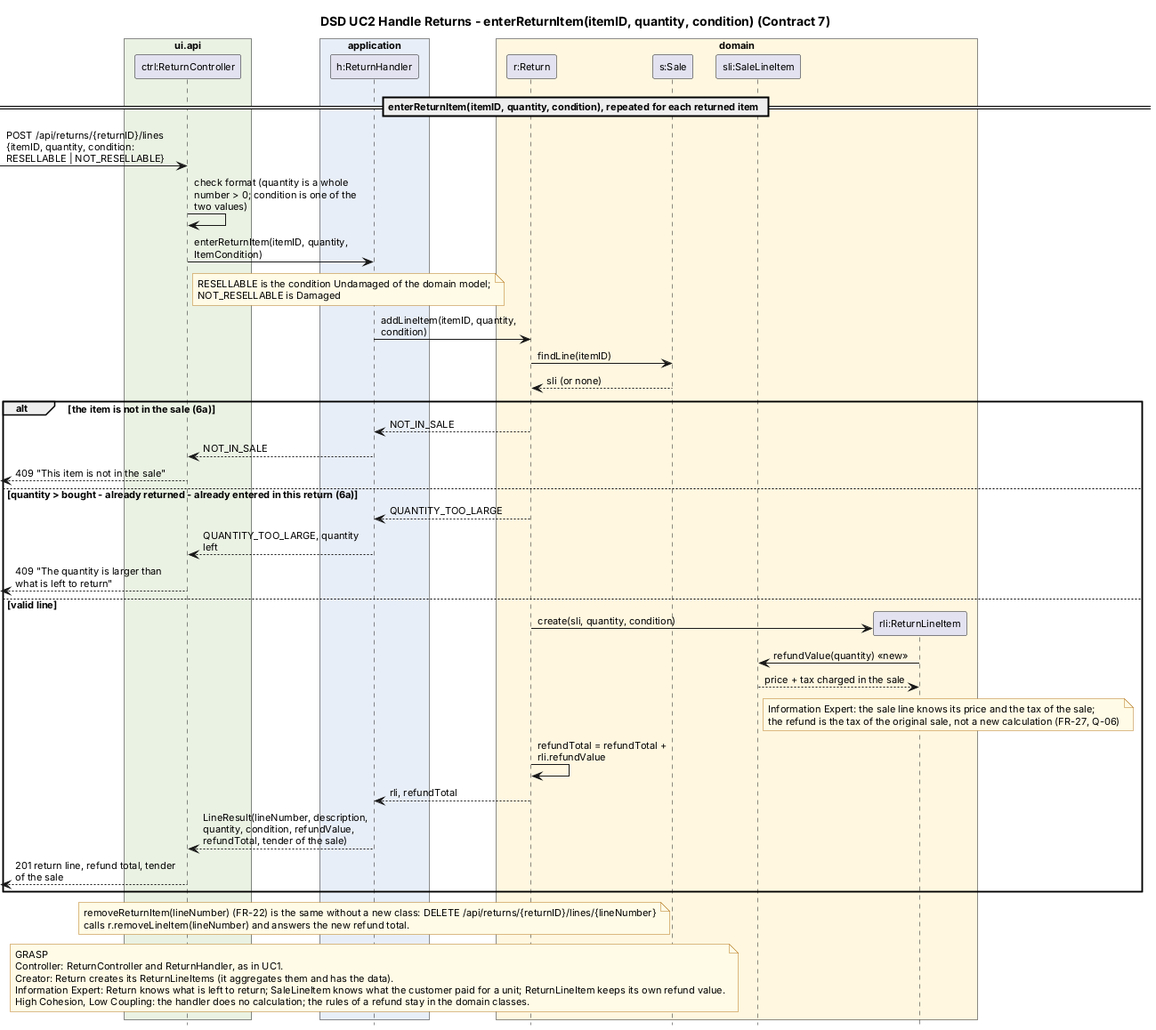
This is assets/dsd_uc2_enterReturnItem.png from bhsei/26D, a PlantUML export, as it was before one commit. Its diagram source:
```plantuml
@startuml dsd_uc2_enterReturnItem
title DSD UC2 Handle Returns - enterReturnItem(itemID, quantity, condition) (Contract 7)
skinparam shadowing false
skinparam defaultFontName Arial
skinparam defaultFontSize 11
skinparam sequenceMessageAlign left
skinparam ParticipantPadding 8
skinparam BoxPadding 6
skinparam NoteBackgroundColor #FFFBE6
skinparam NoteBorderColor #B7791F
skinparam maxMessageSize 190
hide footbox
box "ui.api" #EAF2E3
  participant "ctrl:ReturnController" as C
end box
box "application" #E8EEF7
  participant "h:ReturnHandler" as H
end box
box "domain" #FFF7E0
  participant "r:Return" as R
  participant "s:Sale" as S
  participant "sli:SaleLineItem" as SLI
  participant "rli:ReturnLineItem" as RLI
end box

== enterReturnItem(itemID, quantity, condition), repeated for each returned item ==
[-> C : POST /api/returns/{returnID}/lines {itemID, quantity, condition: RESELLABLE | NOT_RESELLABLE}
C -> C : check format (quantity is a whole number > 0; condition is one of the two values)
C -> H : enterReturnItem(itemID, quantity, ItemCondition)
note right of C : RESELLABLE is the condition Undamaged of the domain model;\nNOT_RESELLABLE is Damaged
H -> R : addLineItem(itemID, quantity, condition)
R -> S : findLine(itemID)
S --> R : sli (or none)
alt the item is not in the sale (6a)
  R --> H : NOT_IN_SALE
  H --> C : NOT_IN_SALE
  C -->[ : 409 "This item is not in the sale"
else quantity > bought - already returned - already entered in this return (6a)
  R --> H : QUANTITY_TOO_LARGE
  H --> C : QUANTITY_TOO_LARGE, quantity left
  C -->[ : 409 "The quantity is larger than what is left to return"
else valid line
  R -> RLI ** : create(sli, quantity, condition)
  RLI -> SLI : refundValue(quantity) <<new>>
  SLI --> RLI : price + tax charged in the sale
  note right of SLI : Information Expert: the sale line knows its price and the tax of the sale;\nthe refund is the tax of the original sale, not a new calculation (FR-27, Q-06)
  R -> R : refundTotal = refundTotal + rli.refundValue
  R --> H : rli, refundTotal
  H --> C : LineResult(lineNumber, description, quantity, condition, refundValue, refundTotal, tender of the sale)
  C -->[ : 201 return line, refund total, tender of the sale
end

note over H
  removeReturnItem(lineNumber) (FR-22) is the same without a new class: DELETE /api/returns/{returnID}/lines/{lineNumber}
  calls r.removeLineItem(lineNumber) and answers the new refund total.
end note
note over H
  GRASP
  Controller: ReturnController and ReturnHandler, as in UC1.
  Creator: Return creates its ReturnLineItems (it aggregates them and has the data).
  Information Expert: Return knows what is left to return; SaleLineItem knows what the customer paid for a unit; ReturnLineItem keeps its own refund value.
  High Cohesion, Low Coupling: the handler does no calculation; the rules of a refund stay in the domain classes.
end note
@enduml
```
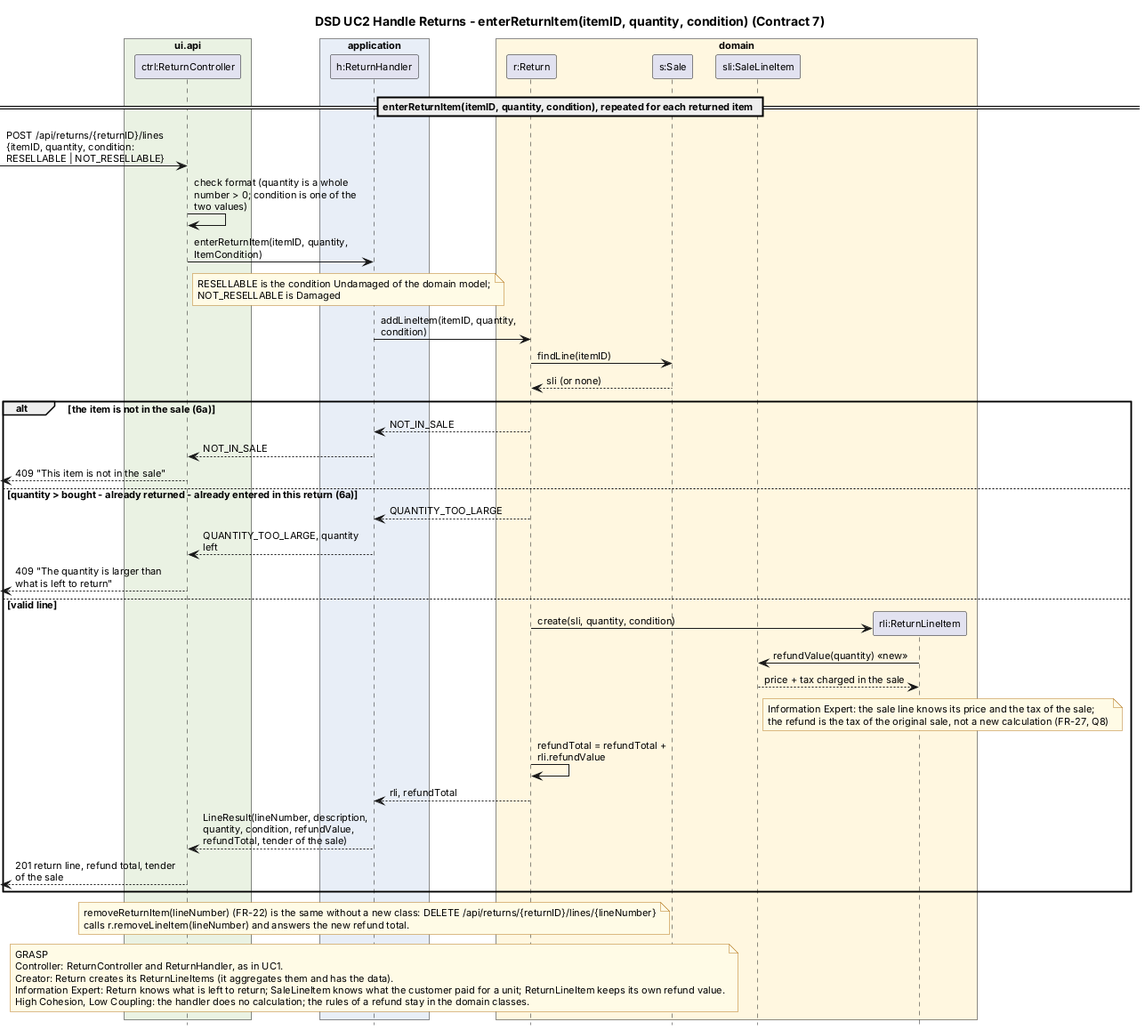
The same diagram one commit later.

Commit message:
W11 - DSD UC2 enterReturnItem image; re-rendered (review #67)

Diff of the diagram source:
```diff
@@ -43,7 +43,7 @@
   R -> RLI ** : create(sli, quantity, condition)
   RLI -> SLI : refundValue(quantity) <<new>>
   SLI --> RLI : price + tax charged in the sale
-  note right of SLI : Information Expert: the sale line knows its price and the tax of the sale;\nthe refund is the tax of the original sale, not a new calculation (FR-27, Q-06)
+  note right of SLI : Information Expert: the sale line knows its price and the tax of the sale;\nthe refund is the tax of the original sale, not a new calculation (FR-27, Q8)
   R -> R : refundTotal = refundTotal + rli.refundValue
   R --> H : rli, refundTotal
   H --> C : LineResult(lineNumber, description, quantity, condition, refundValue, refundTotal, tender of the sale)
```
